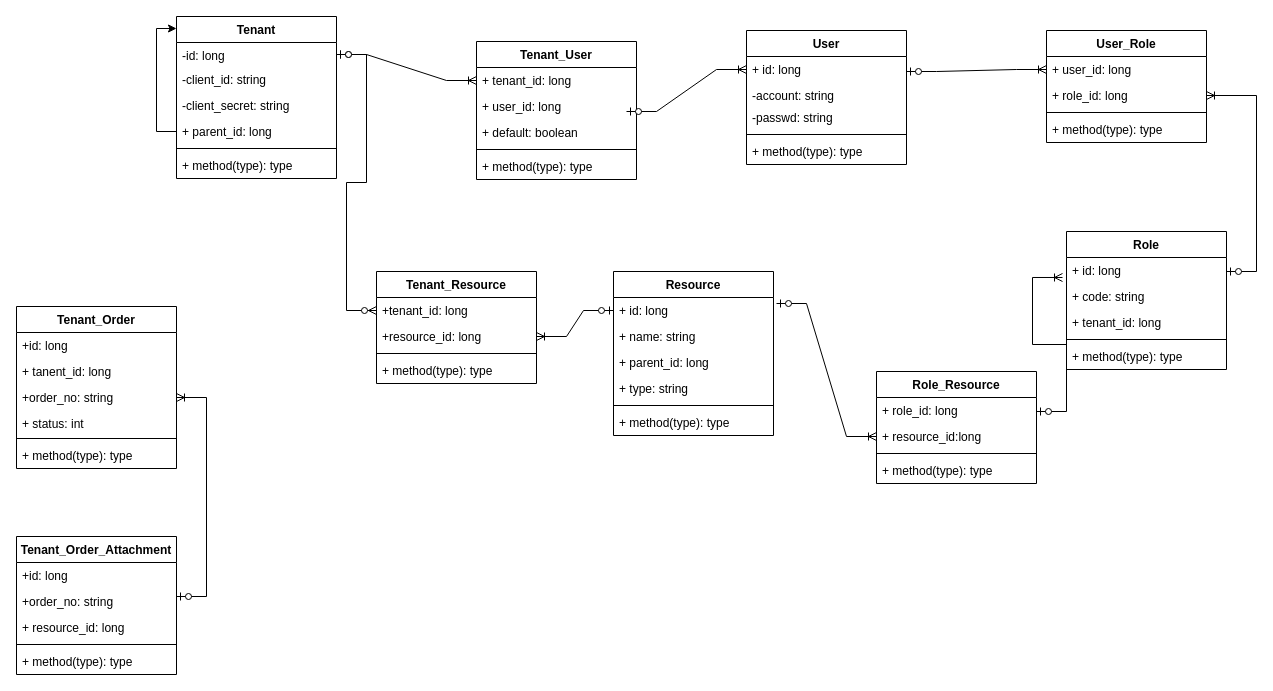
Before: page "第 2 页" (2 of 2) of 未命名绘图.drawio in pullFootYouth/diagram, a draw.io diagram. Source tidied: cells renumbered, new cells numbered last; positions are measured from the earlier drawing's top-left corner, leaving out a move shared by most shapes. Both pictures are drawn from the tidied source at 100%, with x=0, y=0 at pixel (16, 16).
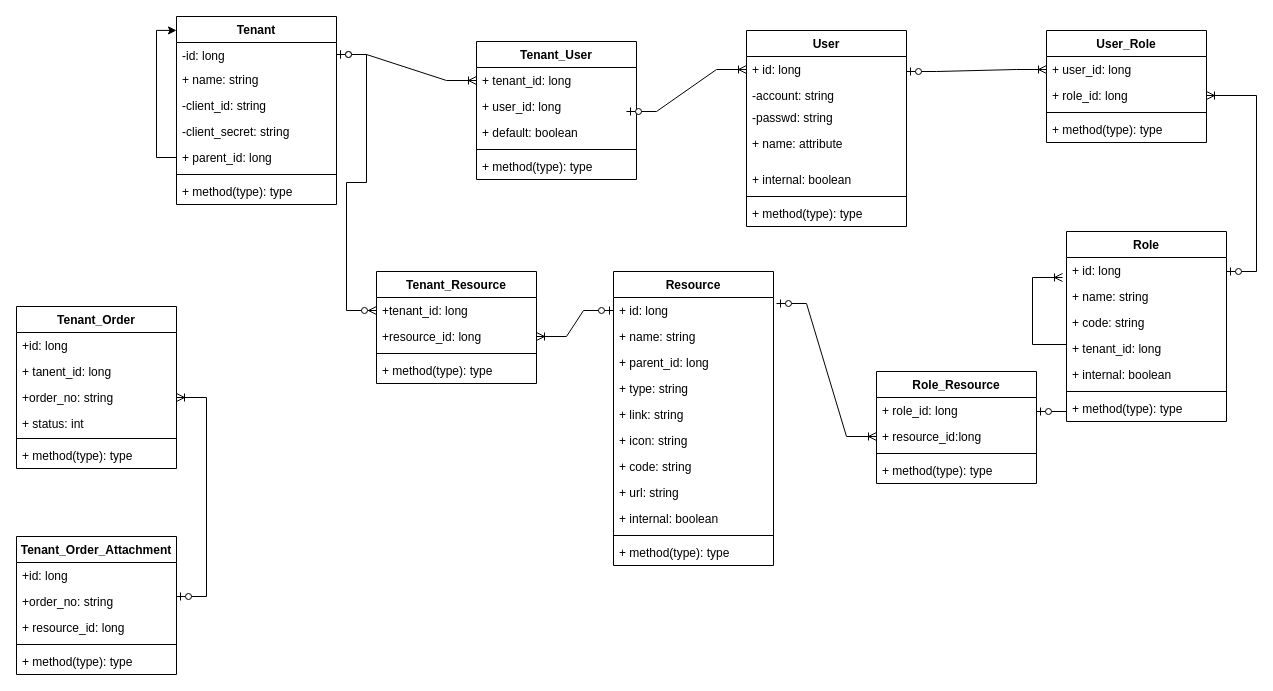
The same page after the edit.

Diff of the diagram source:
```diff
@@
     <mxCell id="2" value="Tenant" style="swimlane;fontStyle=1;align=center;verticalAlign=top;horizontal=1;startSize=26;" parent="1" vertex="1">
-      <mxGeometry x="160" width="160" height="162" as="geometry" />
+      <mxGeometry x="160" width="160" height="188" as="geometry" />
     </mxCell>
@@
+    <mxCell id="72" value="+ name: string" style="text;strokeColor=none;fillColor=none;align=left;verticalAlign=top;spacingLeft=4;spacingRight=4;overflow=hidden;" parent="2" vertex="1">
+      <mxGeometry y="50" width="160" height="26" as="geometry" />
+    </mxCell>
     <mxCell id="4" value="-client_id: string" style="text;strokeColor=none;fillColor=none;align=left;verticalAlign=top;spacingLeft=4;spacingRight=4;overflow=hidden;" parent="2" vertex="1">
-      <mxGeometry y="50" width="160" height="26" as="geometry" />
+      <mxGeometry y="76" width="160" height="26" as="geometry" />
     </mxCell>
     <mxCell id="5" value="-client_secret: string" style="text;strokeColor=none;fillColor=none;align=left;verticalAlign=top;spacingLeft=4;spacingRight=4;overflow=hidden;" parent="2" vertex="1">
-      <mxGeometry y="76" width="160" height="26" as="geometry" />
+      <mxGeometry y="102" width="160" height="26" as="geometry" />
     </mxCell>
@@
     <mxCell id="7" value="+ parent_id: long" style="text;strokeColor=none;fillColor=none;align=left;verticalAlign=top;spacingLeft=4;spacingRight=4;overflow=hidden;points=[[0,0.5],[1,0.5]];portConstraint=eastwest;" parent="2" vertex="1">
-      <mxGeometry y="102" width="160" height="26" as="geometry" />
+      <mxGeometry y="128" width="160" height="26" as="geometry" />
     </mxCell>
     <mxCell id="8" style="line;strokeWidth=1;fillColor=none;align=left;verticalAlign=middle;spacingTop=-1;spacingLeft=3;spacingRight=3;labelPosition=right;strokeColor=inherit;" parent="2" vertex="1">
-      <mxGeometry y="128" width="160" height="8" as="geometry" />
+      <mxGeometry y="154" width="160" height="8" as="geometry" />
     </mxCell>
     <mxCell id="9" value="+ method(type): type" style="text;strokeColor=none;fillColor=none;align=left;verticalAlign=top;spacingLeft=4;spacingRight=4;overflow=hidden;" parent="2" vertex="1">
-      <mxGeometry y="136" width="160" height="26" as="geometry" />
+      <mxGeometry y="162" width="160" height="26" as="geometry" />
     </mxCell>
     <mxCell id="10" value="User" style="swimlane;fontStyle=1;align=center;verticalAlign=top;horizontal=1;startSize=26;" parent="1" vertex="1">
-      <mxGeometry x="730" y="14" width="160" height="134" as="geometry" />
+      <mxGeometry x="730" y="14" width="160" height="196" as="geometry" />
     </mxCell>
@@
+    <mxCell id="73" value="+ name: attribute" style="text;strokeColor=none;fillColor=none;align=left;verticalAlign=top;spacingLeft=4;spacingRight=4;overflow=hidden;" parent="10" vertex="1">
+      <mxGeometry y="100" width="160" height="36" as="geometry" />
+    </mxCell>
+    <mxCell id="74" value="+ internal: boolean" style="text;strokeColor=none;fillColor=none;align=left;verticalAlign=top;spacingLeft=4;spacingRight=4;overflow=hidden;" parent="10" vertex="1">
+      <mxGeometry y="136" width="160" height="26" as="geometry" />
+    </mxCell>
     <mxCell id="14" style="line;strokeWidth=1;fillColor=none;align=left;verticalAlign=middle;spacingTop=-1;spacingLeft=3;spacingRight=3;labelPosition=right;strokeColor=inherit;" parent="10" vertex="1">
-      <mxGeometry y="100" width="160" height="8" as="geometry" />
+      <mxGeometry y="162" width="160" height="8" as="geometry" />
     </mxCell>
     <mxCell id="15" value="+ method(type): type" style="text;strokeColor=none;fillColor=none;align=left;verticalAlign=top;spacingLeft=4;spacingRight=4;overflow=hidden;" parent="10" vertex="1">
-      <mxGeometry y="108" width="160" height="26" as="geometry" />
+      <mxGeometry y="170" width="160" height="26" as="geometry" />
     </mxCell>
@@
     <mxCell id="22" value="Role" style="swimlane;fontStyle=1;align=center;verticalAlign=top;horizontal=1;startSize=26;" parent="1" vertex="1">
-      <mxGeometry x="1050" y="215" width="160" height="138" as="geometry" />
+      <mxGeometry x="1050" y="215" width="160" height="190" as="geometry" />
     </mxCell>
@@
+    <mxCell id="75" value="+ name: string" style="text;strokeColor=none;fillColor=none;align=left;verticalAlign=top;spacingLeft=4;spacingRight=4;overflow=hidden;" parent="22" vertex="1">
+      <mxGeometry y="52" width="160" height="26" as="geometry" />
+    </mxCell>
     <mxCell id="24" value="+ code: string" style="text;strokeColor=none;fillColor=none;align=left;verticalAlign=top;spacingLeft=4;spacingRight=4;overflow=hidden;" parent="22" vertex="1">
-      <mxGeometry y="52" width="160" height="26" as="geometry" />
+      <mxGeometry y="78" width="160" height="26" as="geometry" />
     </mxCell>
     <mxCell id="25" value="+ tenant_id: long" style="text;strokeColor=none;fillColor=none;align=left;verticalAlign=top;spacingLeft=4;spacingRight=4;overflow=hidden;" parent="22" vertex="1">
-      <mxGeometry y="78" width="160" height="26" as="geometry" />
+      <mxGeometry y="104" width="160" height="26" as="geometry" />
     </mxCell>
+    <mxCell id="76" value="+ internal: boolean" style="text;strokeColor=none;fillColor=none;align=left;verticalAlign=top;spacingLeft=4;spacingRight=4;overflow=hidden;" parent="22" vertex="1">
+      <mxGeometry y="130" width="160" height="26" as="geometry" />
+    </mxCell>
     <mxCell id="26" style="line;strokeWidth=1;fillColor=none;align=left;verticalAlign=middle;spacingTop=-1;spacingLeft=3;spacingRight=3;labelPosition=right;strokeColor=inherit;" parent="22" vertex="1">
-      <mxGeometry y="104" width="160" height="8" as="geometry" />
+      <mxGeometry y="156" width="160" height="8" as="geometry" />
     </mxCell>
     <mxCell id="27" value="+ method(type): type" style="text;strokeColor=none;fillColor=none;align=left;verticalAlign=top;spacingLeft=4;spacingRight=4;overflow=hidden;" parent="22" vertex="1">
-      <mxGeometry y="112" width="160" height="26" as="geometry" />
+      <mxGeometry y="164" width="160" height="26" as="geometry" />
     </mxCell>
@@
     <mxCell id="44" value="Resource" style="swimlane;fontStyle=1;align=center;verticalAlign=top;horizontal=1;startSize=26;" parent="1" vertex="1">
-      <mxGeometry x="597" y="255" width="160" height="164" as="geometry" />
+      <mxGeometry x="597" y="255" width="160" height="294" as="geometry" />
     </mxCell>
@@
+    <mxCell id="77" value="+ link: string" style="text;strokeColor=none;fillColor=none;align=left;verticalAlign=top;spacingLeft=4;spacingRight=4;overflow=hidden;" parent="44" vertex="1">
+      <mxGeometry y="130" width="160" height="26" as="geometry" />
+    </mxCell>
+    <mxCell id="78" value="+ icon: string" style="text;strokeColor=none;fillColor=none;align=left;verticalAlign=top;spacingLeft=4;spacingRight=4;overflow=hidden;" parent="44" vertex="1">
+      <mxGeometry y="156" width="160" height="26" as="geometry" />
+    </mxCell>
+    <mxCell id="79" value="+ code: string" style="text;strokeColor=none;fillColor=none;align=left;verticalAlign=top;spacingLeft=4;spacingRight=4;overflow=hidden;" parent="44" vertex="1">
+      <mxGeometry y="182" width="160" height="26" as="geometry" />
+    </mxCell>
+    <mxCell id="80" value="+ url: string" style="text;strokeColor=none;fillColor=none;align=left;verticalAlign=top;spacingLeft=4;spacingRight=4;overflow=hidden;" parent="44" vertex="1">
+      <mxGeometry y="208" width="160" height="26" as="geometry" />
+    </mxCell>
+    <mxCell id="81" value="+ internal: boolean" style="text;strokeColor=none;fillColor=none;align=left;verticalAlign=top;spacingLeft=4;spacingRight=4;overflow=hidden;" parent="44" vertex="1">
+      <mxGeometry y="234" width="160" height="26" as="geometry" />
+    </mxCell>
     <mxCell id="49" style="line;strokeWidth=1;fillColor=none;align=left;verticalAlign=middle;spacingTop=-1;spacingLeft=3;spacingRight=3;labelPosition=right;strokeColor=inherit;" parent="44" vertex="1">
-      <mxGeometry y="130" width="160" height="8" as="geometry" />
+      <mxGeometry y="260" width="160" height="8" as="geometry" />
     </mxCell>
     <mxCell id="50" value="+ method(type): type" style="text;strokeColor=none;fillColor=none;align=left;verticalAlign=top;spacingLeft=4;spacingRight=4;overflow=hidden;" parent="44" vertex="1">
-      <mxGeometry y="138" width="160" height="26" as="geometry" />
+      <mxGeometry y="268" width="160" height="26" as="geometry" />
     </mxCell>
```
